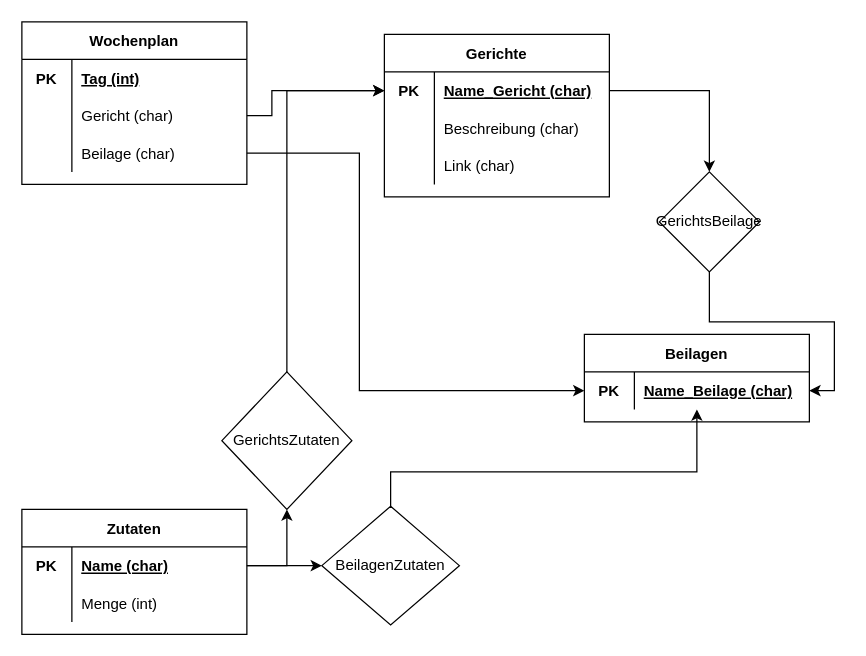
ZeroOne010101/Wochenplan keeps this draw.io diagram as diagrams/ER-Diagramm Projekt Wochenplan.drawio. Above is the earlier version. Source tidied: cells renumbered, new cells numbered last; positions are measured from the earlier drawing's top-left corner, leaving out a move shared by most shapes. Both pictures are drawn from the tidied source at 125%, with x=0, y=0 at pixel (21, 21).
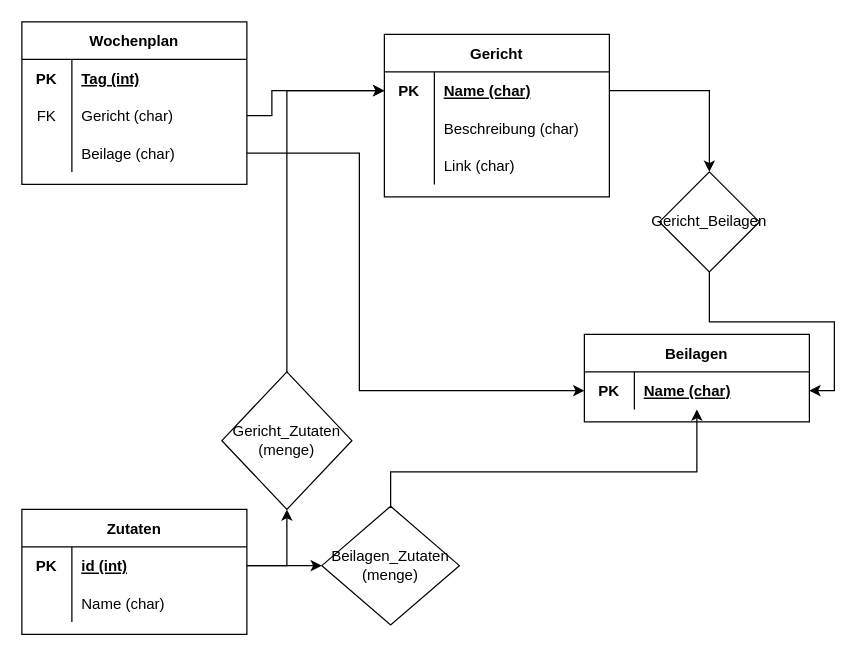
After the change.

The change refers to these unchanged cells:
```xml
<mxCell id="5" style="shape=tableRow;horizontal=0;startSize=0;swimlaneHead=0;swimlaneBody=0;fillColor=none;points=[[0,0.5],[1,0.5]];portConstraint=eastwest;top=0;left=0;right=0;bottom=0;" parent="4" vertex="1">
  <mxGeometry y="30" width="180" height="30" as="geometry" />
</mxCell>
<mxCell id="15" style="shape=tableRow;horizontal=0;startSize=0;swimlaneHead=0;swimlaneBody=0;fillColor=none;points=[[0,0.5],[1,0.5]];portConstraint=eastwest;top=0;left=0;right=0;bottom=0;" parent="14" vertex="1">
  <mxGeometry y="30" width="180" height="30" as="geometry" />
</mxCell>
<mxCell id="21" style="shape=tableRow;horizontal=0;startSize=0;swimlaneHead=0;swimlaneBody=0;fillColor=none;points=[[0,0.5],[1,0.5]];portConstraint=eastwest;top=0;left=0;right=0;bottom=0;" parent="20" vertex="1">
  <mxGeometry y="30" width="180" height="30" as="geometry" />
</mxCell>
<mxCell id="24" style="shape=tableRow;horizontal=0;startSize=0;swimlaneHead=0;swimlaneBody=0;fillColor=none;top=0;left=0;right=0;bottom=0;" parent="20" vertex="1">
  <mxGeometry y="60" width="180" height="30" as="geometry" />
</mxCell>
<mxCell id="31" style="shape=tableRow;horizontal=0;startSize=0;swimlaneHead=0;swimlaneBody=0;fillColor=none;points=[[0,0.5],[1,0.5]];portConstraint=eastwest;top=0;left=0;right=0;bottom=0;" parent="27" vertex="1">
  <mxGeometry y="60" width="180" height="30" as="geometry" />
</mxCell>
```

Diff of the diagram source:
```diff
@@
-    <mxCell id="3" value="GerichtsBeilage" style="rhombus;whiteSpace=wrap;html=1;" parent="1" vertex="1">
+    <mxCell id="3" value="Gericht_Beilagen" style="rhombus;whiteSpace=wrap;html=1;" parent="1" vertex="1">
       <mxGeometry x="510" y="120" width="80" height="80" as="geometry" />
     </mxCell>
-    <mxCell id="4" value="Gerichte" style="shape=table;startSize=30;childLayout=tableLayout;rowLines=0;fontStyle=1;align=center;" parent="1" vertex="1">
+    <mxCell id="4" value="Gericht" style="shape=table;startSize=30;childLayout=tableLayout;rowLines=0;fontStyle=1;align=center;" parent="1" vertex="1">
       <mxGeometry x="290" y="10" width="180" height="130" as="geometry" />
     </mxCell>
@@
-    <mxCell id="7" value="Name_Gericht (char)" style="shape=partialRectangle;fillColor=none;top=0;left=0;bottom=0;right=0;align=left;spacingLeft=6;fontStyle=5;overflow=hidden;" parent="5" vertex="1">
+    <mxCell id="7" value="Name (char)" style="shape=partialRectangle;fillColor=none;top=0;left=0;bottom=0;right=0;align=left;spacingLeft=6;fontStyle=5;overflow=hidden;" parent="5" vertex="1">
       <mxGeometry x="40" width="140" height="30" as="geometry" />
     </mxCell>
@@
-    <mxCell id="17" value="Name_Beilage (char)" style="shape=partialRectangle;fillColor=none;top=0;left=0;bottom=0;right=0;align=left;spacingLeft=6;fontStyle=5;overflow=hidden;" parent="15" vertex="1">
+    <mxCell id="17" value="Name (char)" style="shape=partialRectangle;fillColor=none;top=0;left=0;bottom=0;right=0;align=left;spacingLeft=6;fontStyle=5;overflow=hidden;" parent="15" vertex="1">
       <mxGeometry x="40" width="140" height="30" as="geometry" />
     </mxCell>
@@
-    <mxCell id="23" value="Name (char)" style="shape=partialRectangle;fillColor=none;top=0;left=0;bottom=0;right=0;align=left;spacingLeft=6;fontStyle=5;overflow=hidden;" parent="21" vertex="1">
+    <mxCell id="23" value="id (int)" style="shape=partialRectangle;fillColor=none;top=0;left=0;bottom=0;right=0;align=left;spacingLeft=6;fontStyle=5;overflow=hidden;" parent="21" vertex="1">
       <mxGeometry x="40" width="140" height="30" as="geometry" />
     </mxCell>
@@
-    <mxCell id="26" value="Menge (int)" style="shape=partialRectangle;fillColor=none;top=0;left=0;bottom=0;right=0;align=left;spacingLeft=6;overflow=hidden;" parent="24" vertex="1">
+    <mxCell id="26" value="Name (char)" style="shape=partialRectangle;fillColor=none;top=0;left=0;bottom=0;right=0;align=left;spacingLeft=6;overflow=hidden;" parent="24" vertex="1">
       <mxGeometry x="40" width="140" height="30" as="geometry" />
     </mxCell>
@@
-    <mxCell id="32" style="shape=partialRectangle;fillColor=none;top=0;left=0;bottom=0;right=0;overflow=hidden;" parent="31" vertex="1">
+    <mxCell id="32" value="FK" style="shape=partialRectangle;fillColor=none;top=0;left=0;bottom=0;right=0;overflow=hidden;" parent="31" vertex="1">
       <mxGeometry width="40" height="30" as="geometry" />
     </mxCell>
@@
-    <mxCell id="39" value="&lt;span style=&quot;font-weight: normal&quot;&gt;BeilagenZutaten&lt;/span&gt;" style="rhombus;whiteSpace=wrap;html=1;startSize=30;fontStyle=1;" parent="1" vertex="1">
+    <mxCell id="39" value="&lt;span style=&quot;font-weight: normal&quot;&gt;Beilagen_Zutaten&lt;br&gt;(menge)&lt;br&gt;&lt;/span&gt;" style="rhombus;whiteSpace=wrap;html=1;startSize=30;fontStyle=1;" parent="1" vertex="1">
       <mxGeometry x="240" y="387.5" width="110" height="95" as="geometry" />
     </mxCell>
@@
-    <mxCell id="41" value="&lt;span style=&quot;font-weight: normal&quot;&gt;GerichtsZutaten&lt;/span&gt;" style="rhombus;whiteSpace=wrap;html=1;startSize=30;fontStyle=1;" parent="1" vertex="1">
+    <mxCell id="41" value="&lt;span style=&quot;font-weight: normal&quot;&gt;Gericht_Zutaten&lt;br&gt;(menge)&lt;br&gt;&lt;/span&gt;" style="rhombus;whiteSpace=wrap;html=1;startSize=30;fontStyle=1;" parent="1" vertex="1">
       <mxGeometry x="160" y="280" width="104" height="110" as="geometry" />
     </mxCell>
```
